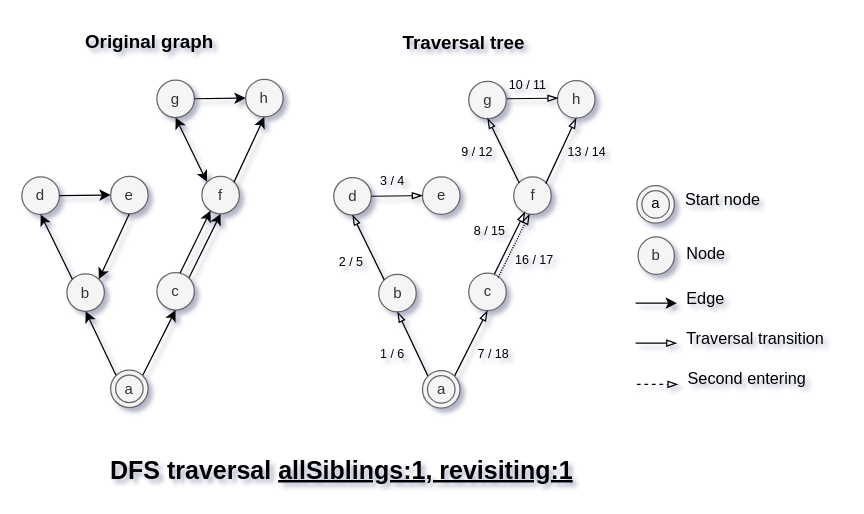
This is page "AllSiblings : 1" (6 of 10) of doc/images/searchOptions/SearchOptions.drawio from Wandalen/wGraphBasic, a draw.io file, before an edit. Source tidied: cells renumbered, new cells numbered last; positions are measured from the earlier drawing's top-left corner, leaving out a move shared by most shapes. Both pictures are drawn from the tidied source at 125%, with x=0, y=0 at pixel (21, 26).
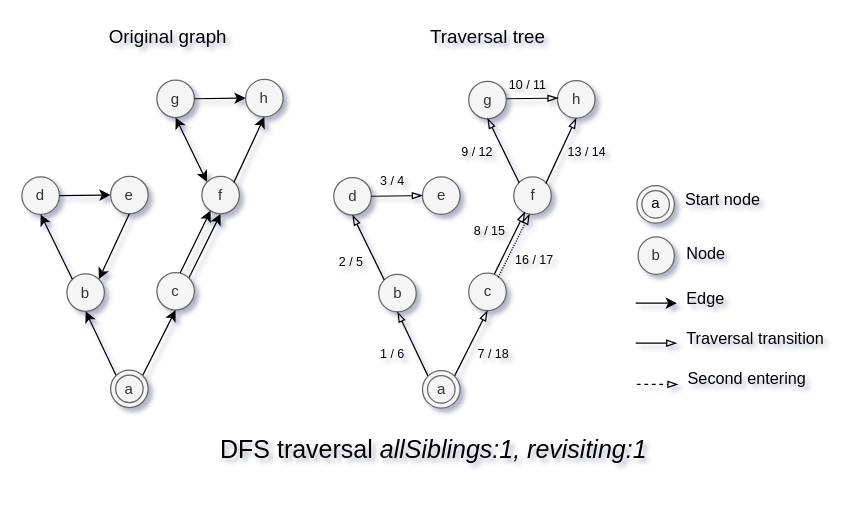
Above is the later version.

Diff of the diagram source:
```diff
@@
-<mxGraphModel shadow="1">
+<mxGraphModel background="#ffffff" shadow="1">
@@
-    <mxCell id="46" value="&lt;b style=&quot;font-size: 15px;&quot;&gt;&lt;font style=&quot;font-size: 15px;&quot;&gt;Original graph&lt;/font&gt;&lt;/b&gt;" style="text;html=1;align=left;verticalAlign=top;spacingTop=-4;fontSize=15;" parent="1" vertex="1">
-      <mxGeometry x="49" width="109" height="14" as="geometry" />
-    </mxCell>
@@
+    <mxCell id="46" value="&lt;span style=&quot;font-size: 15px;&quot;&gt;&lt;font style=&quot;font-size: 15px;&quot;&gt;Original graph&lt;/font&gt;&lt;/span&gt;" style="text;html=1;align=left;verticalAlign=top;spacingTop=-4;fontSize=15;fontStyle=0;" parent="1" vertex="1">
+      <mxGeometry x="68" y="-4" width="109" height="14" as="geometry" />
+    </mxCell>
-    <mxCell id="58" value="&lt;b style=&quot;font-size: 20px&quot;&gt;DFS traversal &lt;u&gt;allSiblings:1, revisiting:1&lt;/u&gt;&lt;br&gt;&lt;/b&gt;" style="text;html=1;align=left;verticalAlign=top;spacingTop=-4;fontSize=20;" parent="1" vertex="1">
-      <mxGeometry x="69" y="340" width="385" height="25" as="geometry" />
+    <mxCell id="58" value="&lt;span style=&quot;font-size: 20px&quot;&gt;DFS traversal &lt;i&gt;allSiblings:1,&amp;nbsp;&lt;/i&gt;&lt;span&gt;&lt;i&gt;revisiting:1&lt;/i&gt;&lt;/span&gt;&lt;br&gt;&lt;/span&gt;" style="text;html=1;align=left;verticalAlign=top;spacingTop=-4;fontSize=20;fontStyle=0;" parent="1" vertex="1">
+      <mxGeometry x="157" y="323" width="350" height="25" as="geometry" />
     </mxCell>
-    <mxCell id="59" value="&lt;b&gt;Traversal&amp;nbsp;&lt;/b&gt;&lt;span style=&quot;font-size: 15px&quot;&gt;&lt;b style=&quot;font-size: 15px&quot;&gt;tree&lt;/b&gt;&lt;/span&gt;" style="text;html=1;align=left;verticalAlign=top;spacingTop=-4;fontSize=15;" parent="1" vertex="1">
-      <mxGeometry x="303" y="1" width="107" height="19" as="geometry" />
+    <mxCell id="59" value="&lt;span&gt;Traversal&amp;nbsp;&lt;/span&gt;&lt;span style=&quot;font-size: 15px&quot;&gt;&lt;span style=&quot;font-size: 15px&quot;&gt;tree&lt;/span&gt;&lt;/span&gt;" style="text;html=1;align=left;verticalAlign=top;spacingTop=-4;fontSize=15;fontStyle=0;" parent="1" vertex="1">
+      <mxGeometry x="325" y="-4" width="107" height="19" as="geometry" />
     </mxCell>
```
